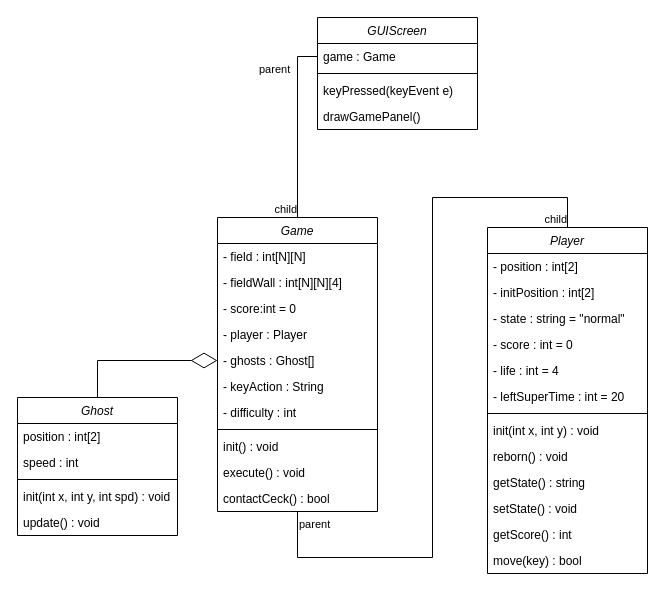
Earlier version of the draw.io diagram 名称未設定ファイル.drawio (tayutayufk/Highfeld). Source tidied: cells renumbered, new cells numbered last; positions are measured from the earlier drawing's top-left corner, leaving out a move shared by most shapes. Both pictures are drawn from the tidied source at 100%, with x=0, y=0 at pixel (17, 17).
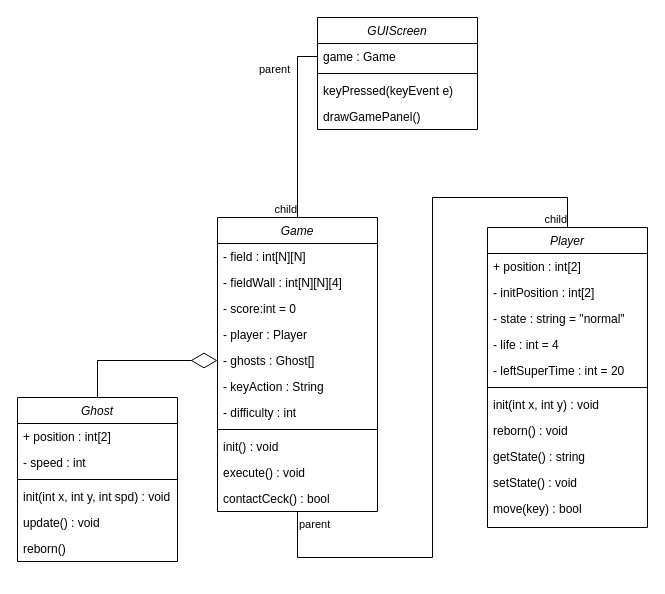
Above is the later version.

Commit message (it also covers changes not shown here):
名称未設定ファイル.drawio を更新します

The edit, as a diff of the source:
```diff
@@
     <mxCell id="14" value="Player" style="swimlane;fontStyle=2;align=center;verticalAlign=top;horizontal=1;startSize=26;rounded=0;shadow=0;strokeWidth=1;" parent="1" vertex="1">
-      <mxGeometry x="470" y="210" width="160" height="346" as="geometry" />
+      <mxGeometry x="470" y="210" width="160" height="300" as="geometry" />
     </mxCell>
-    <mxCell id="15" value="- position : int[2]" style="text;align=left;verticalAlign=top;spacingLeft=4;spacingRight=4;overflow=hidden;" parent="14" vertex="1">
+    <mxCell id="15" value="+ position : int[2]" style="text;align=left;verticalAlign=top;spacingLeft=4;spacingRight=4;overflow=hidden;" parent="14" vertex="1">
       <mxGeometry y="26" width="160" height="26" as="geometry" />
     </mxCell>
@@
-    <mxCell id="18" value="- score : int = 0" style="text;align=left;verticalAlign=top;spacingLeft=4;spacingRight=4;overflow=hidden;rounded=0;shadow=0;html=0;" parent="14" vertex="1">
-      <mxGeometry y="104" width="160" height="26" as="geometry" />
-    </mxCell>
     <mxCell id="19" value="- life : int = 4" style="text;align=left;verticalAlign=top;spacingLeft=4;spacingRight=4;overflow=hidden;rounded=0;shadow=0;html=0;" parent="14" vertex="1">
-      <mxGeometry y="130" width="160" height="26" as="geometry" />
+      <mxGeometry y="104" width="160" height="26" as="geometry" />
     </mxCell>
     <mxCell id="20" value="- leftSuperTime : int = 20" style="text;align=left;verticalAlign=top;spacingLeft=4;spacingRight=4;overflow=hidden;rounded=0;shadow=0;html=0;" parent="14" vertex="1">
-      <mxGeometry y="156" width="160" height="26" as="geometry" />
+      <mxGeometry y="130" width="160" height="26" as="geometry" />
     </mxCell>
     <mxCell id="21" style="line;html=1;strokeWidth=1;align=left;verticalAlign=middle;spacingTop=-1;spacingLeft=3;spacingRight=3;labelPosition=right;" parent="14" vertex="1">
-      <mxGeometry y="182" width="160" height="8" as="geometry" />
+      <mxGeometry y="156" width="160" height="8" as="geometry" />
     </mxCell>
     <mxCell id="22" value="init(int x, int y) : void" style="text;align=left;verticalAlign=top;spacingLeft=4;spacingRight=4;overflow=hidden;" parent="14" vertex="1">
-      <mxGeometry y="190" width="160" height="26" as="geometry" />
+      <mxGeometry y="164" width="160" height="26" as="geometry" />
     </mxCell>
     <mxCell id="23" value="reborn() : void" style="text;align=left;verticalAlign=top;spacingLeft=4;spacingRight=4;overflow=hidden;" parent="14" vertex="1">
-      <mxGeometry y="216" width="160" height="26" as="geometry" />
+      <mxGeometry y="190" width="160" height="26" as="geometry" />
     </mxCell>
     <mxCell id="24" value="getState() : string" style="text;align=left;verticalAlign=top;spacingLeft=4;spacingRight=4;overflow=hidden;" parent="14" vertex="1">
-      <mxGeometry y="242" width="160" height="26" as="geometry" />
+      <mxGeometry y="216" width="160" height="26" as="geometry" />
     </mxCell>
     <mxCell id="25" value="setState() : void" style="text;align=left;verticalAlign=top;spacingLeft=4;spacingRight=4;overflow=hidden;" parent="14" vertex="1">
-      <mxGeometry y="268" width="160" height="26" as="geometry" />
+      <mxGeometry y="242" width="160" height="26" as="geometry" />
     </mxCell>
-    <mxCell id="26" value="getScore() : int" style="text;align=left;verticalAlign=top;spacingLeft=4;spacingRight=4;overflow=hidden;" parent="14" vertex="1">
-      <mxGeometry y="294" width="160" height="26" as="geometry" />
-    </mxCell>
     <mxCell id="27" value="move(key) : bool" style="text;align=left;verticalAlign=top;spacingLeft=4;spacingRight=4;overflow=hidden;" parent="14" vertex="1">
-      <mxGeometry y="320" width="160" height="26" as="geometry" />
+      <mxGeometry y="268" width="160" height="26" as="geometry" />
     </mxCell>
     <mxCell id="28" value="Ghost" style="swimlane;fontStyle=2;align=center;verticalAlign=top;horizontal=1;startSize=26;rounded=0;shadow=0;strokeWidth=1;" parent="1" vertex="1">
-      <mxGeometry y="380" width="160" height="138" as="geometry" />
+      <mxGeometry y="380" width="160" height="164" as="geometry" />
     </mxCell>
-    <mxCell id="29" value="position : int[2]" style="text;align=left;verticalAlign=top;spacingLeft=4;spacingRight=4;overflow=hidden;" parent="28" vertex="1">
+    <mxCell id="29" value="+ position : int[2]" style="text;align=left;verticalAlign=top;spacingLeft=4;spacingRight=4;overflow=hidden;" parent="28" vertex="1">
       <mxGeometry y="26" width="160" height="26" as="geometry" />
     </mxCell>
-    <mxCell id="30" value="speed : int" style="text;align=left;verticalAlign=top;spacingLeft=4;spacingRight=4;overflow=hidden;" parent="28" vertex="1">
+    <mxCell id="30" value="- speed : int" style="text;align=left;verticalAlign=top;spacingLeft=4;spacingRight=4;overflow=hidden;" parent="28" vertex="1">
       <mxGeometry y="52" width="160" height="26" as="geometry" />
     </mxCell>
@@
+    <mxCell id="46" value="reborn()" style="text;align=left;verticalAlign=top;spacingLeft=4;spacingRight=4;overflow=hidden;" parent="28" vertex="1">
+      <mxGeometry y="138" width="160" height="26" as="geometry" />
+    </mxCell>
```
